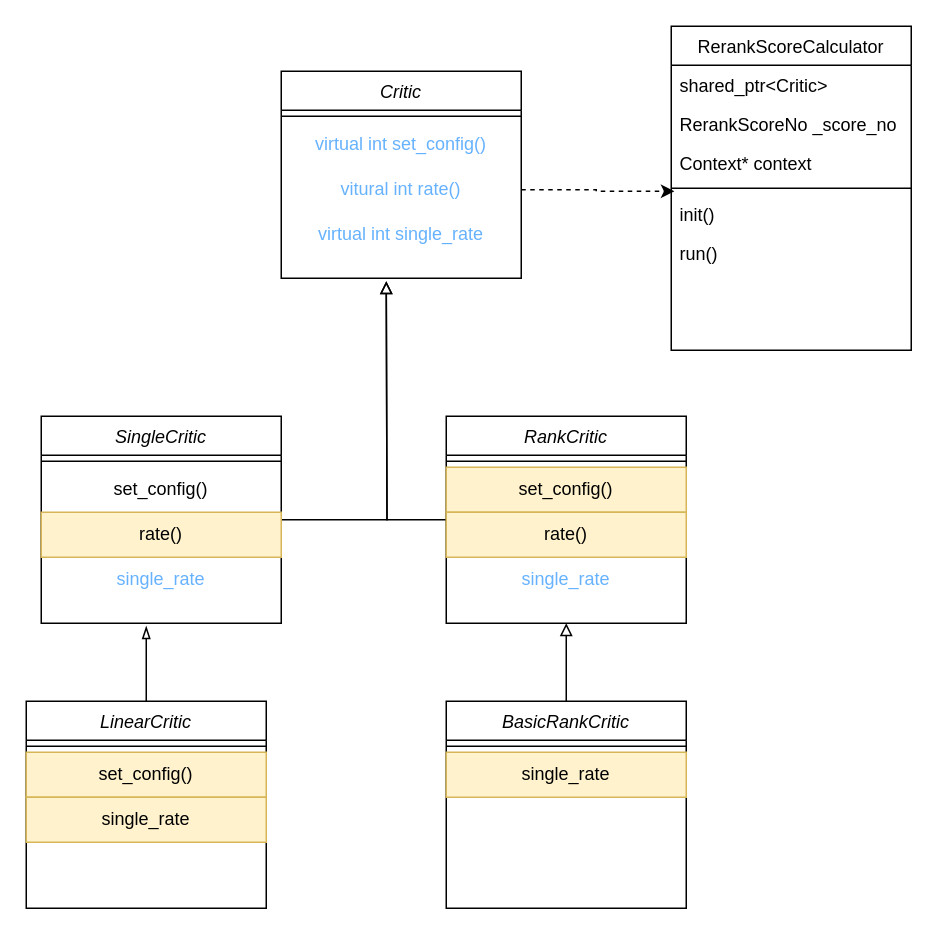
luwuming/code_read keeps this draw.io diagram as Untitled Diagram.drawio. Above is the earlier version. Source tidied: cells renumbered, new cells numbered last; positions are measured from the earlier drawing's top-left corner, leaving out a move shared by most shapes. Both pictures are drawn from the tidied source at 150%, with x=0, y=0 at pixel (26, 26).
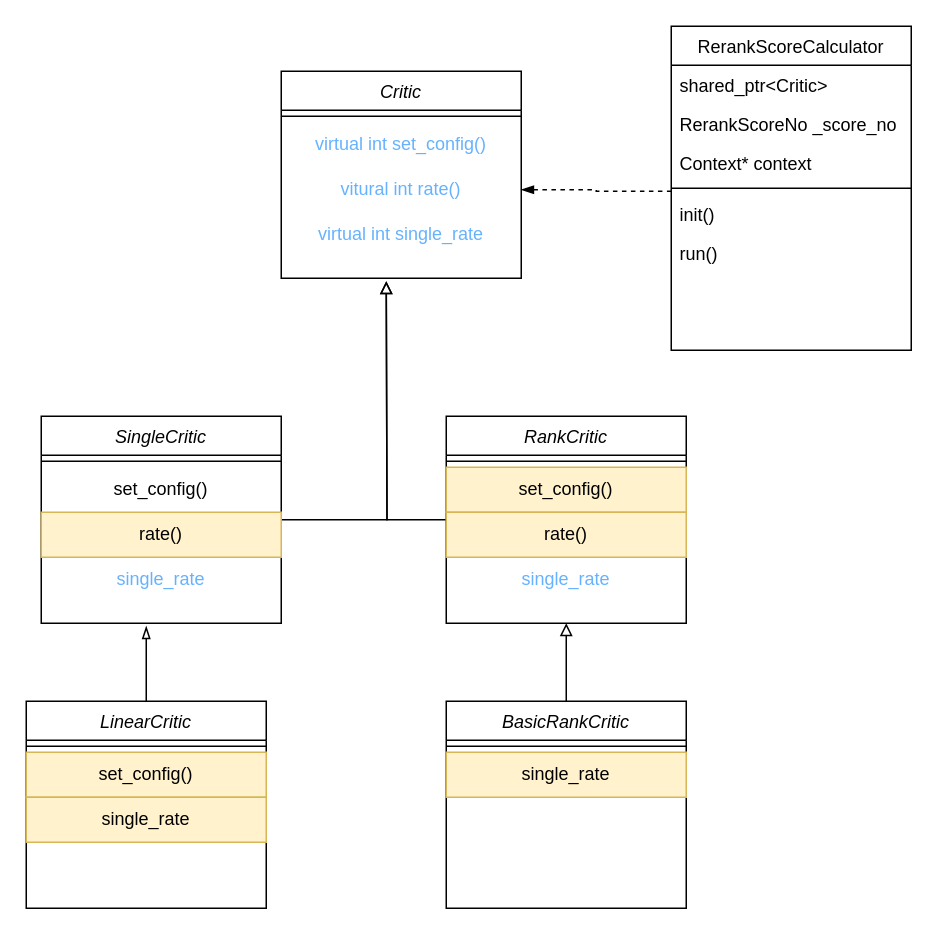
The same page after the edit.

The change refers to these unchanged cells:
```xml
<mxCell id="5" value="vitural int rate()" style="text;html=1;strokeColor=none;fillColor=none;align=center;verticalAlign=middle;whiteSpace=wrap;rounded=0;fontColor=#66B2FF;" parent="2" vertex="1">
  <mxGeometry y="64" width="160" height="30" as="geometry" />
</mxCell>
<mxCell id="12" value="init()" style="text;align=left;verticalAlign=top;spacingLeft=4;spacingRight=4;overflow=hidden;points=[[0,0.5],[1,0.5]];portConstraint=eastwest;" parent="7" vertex="1">
  <mxGeometry y="112" width="160" height="26" as="geometry" />
</mxCell>
```

Diff of the diagram source:
```diff
@@
-    <mxCell id="35" style="edgeStyle=orthogonalEdgeStyle;rounded=0;jettySize=auto;html=1;exitX=1;exitY=0.5;exitDx=0;exitDy=0;entryX=0.013;entryY=-0.077;entryDx=0;entryDy=0;entryPerimeter=0;fontColor=#66B2FF;startArrow=none;startFill=0;endArrow=classic;endFill=1;dashed=1;" parent="1" edge="1" source="5" target="12">
+    <mxCell id="35" style="edgeStyle=orthogonalEdgeStyle;rounded=0;jettySize=auto;html=1;exitX=1;exitY=0.5;exitDx=0;exitDy=0;entryX=0.013;entryY=-0.077;entryDx=0;entryDy=0;entryPerimeter=0;fontColor=#66B2FF;startArrow=blockThin;startFill=1;endArrow=none;endFill=0;dashed=1;" parent="1" edge="1" source="5" target="12">
       <mxGeometry relative="1" as="geometry" />
     </mxCell>
```
